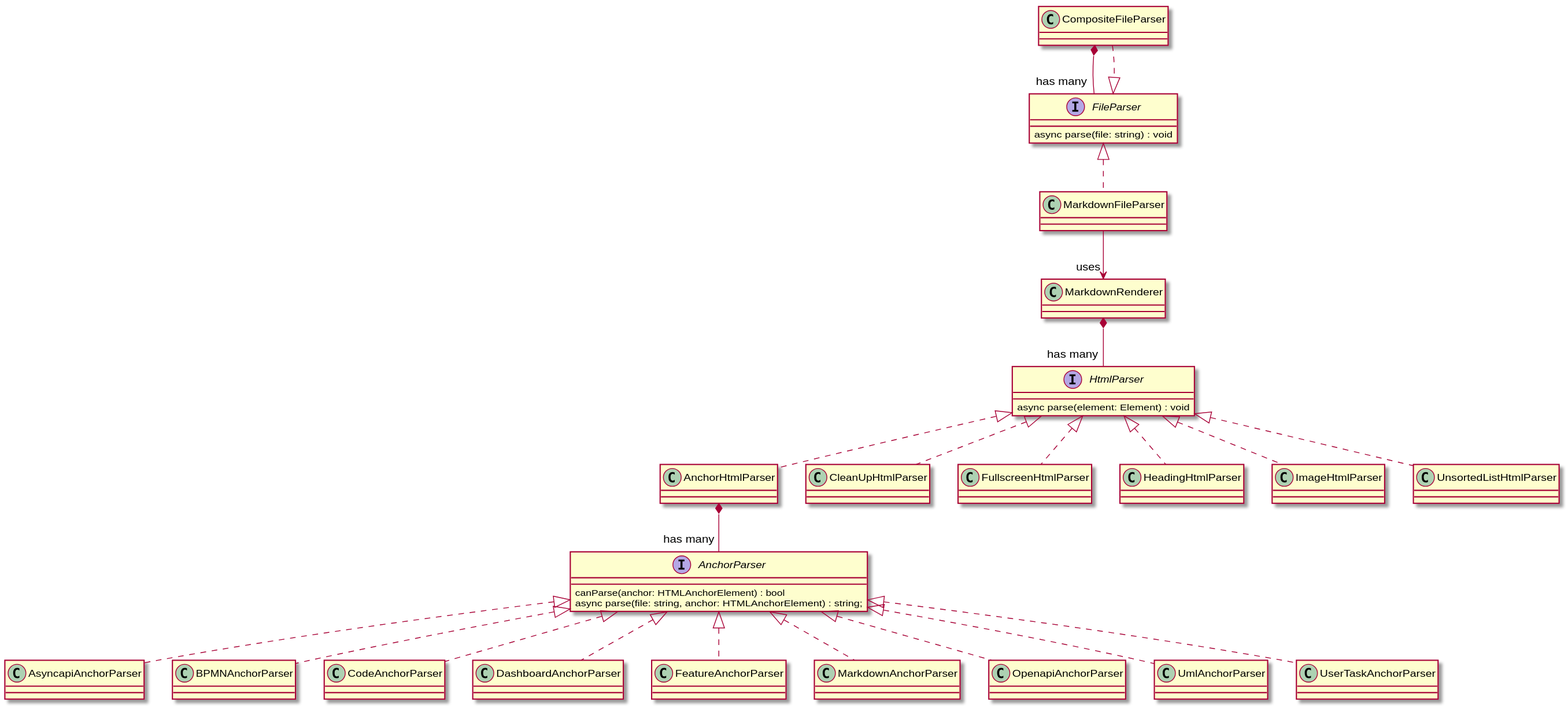
Above: products/md-docs-cli/class-diagram.puml.svg in synionnl/products (PlantUML), before the change.
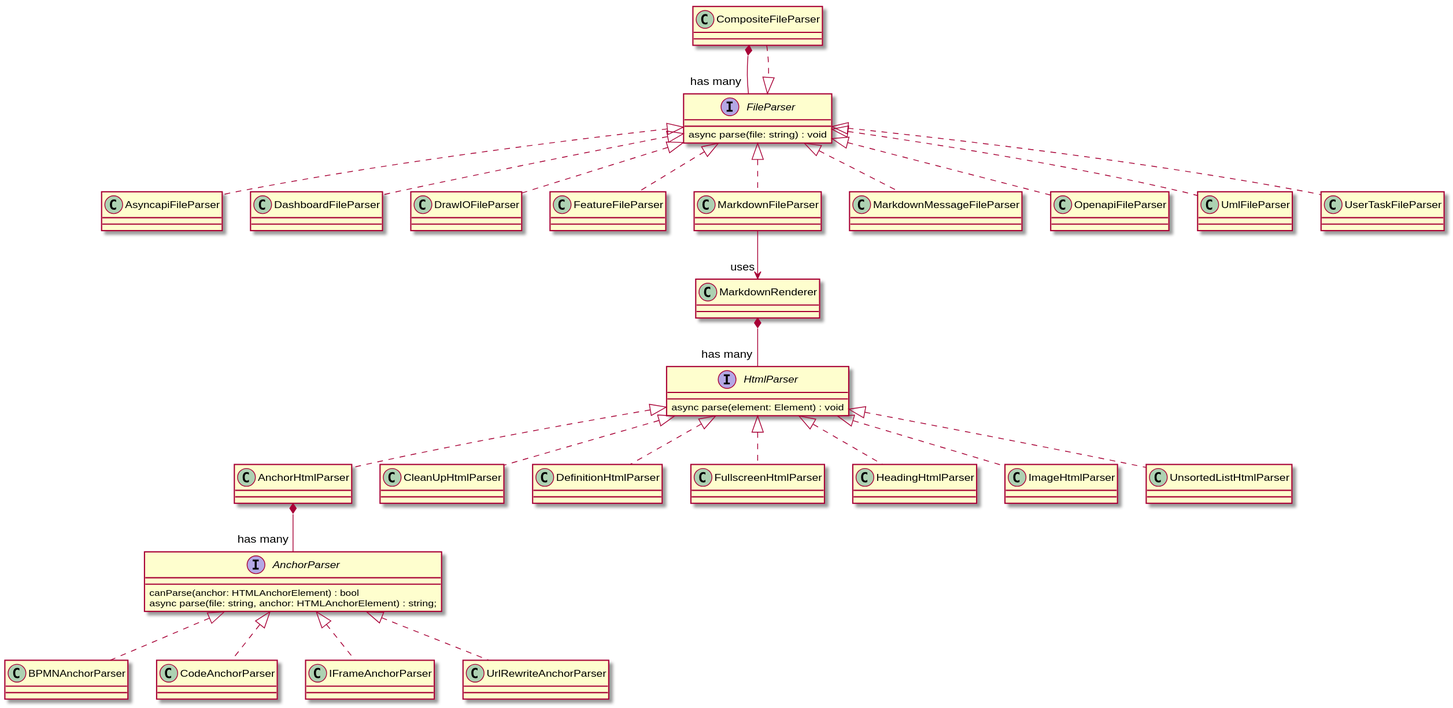
Above is the later version.

Commit message:
deploy: d3d17b2f4441851de2f786f98547739727d45ecd

The edit, as a diff of the source:
```diff
@@ -1,40 +1,28 @@
 @startuml
-
-class MarkdownRenderer
 
 interface FileParser {
     async parse(file: string) : void
 }
-class CompositeFileParser
-Class MarkdownFileParser
 
 interface HtmlParser {
     async parse(element: Element) : void
 }
-class AnchorHtmlParser
-class CleanUpHtmlParser
-class FullscreenHtmlParser
-class HeadingHtmlParser
-class ImageHtmlParser
-class UnsortedListHtmlParser
-
 interface AnchorParser {
     canParse(anchor: HTMLAnchorElement) : bool
     async parse(file: string, anchor: HTMLAnchorElement) : string;
 }
-class AsyncapiAnchorParser
-class BPMNAnchorParser
-class CodeAnchorParser
-class DashboardAnchorParser
-class FeatureAnchorParser
-class MarkdownAnchorParser
-class OpenapiAnchorParser
-class UmlAnchorParser
-class UserTaskAnchorParser
 
 CompositeFileParser *-- "has many" FileParser
+CompositeFileParser ..|> FileParser
+FileParser <|.. AsyncapiFileParser
+FileParser <|.. DashboardFileParser
+FileParser <|.. DrawIOFileParser
+FileParser <|.. FeatureFileParser
 FileParser <|.. MarkdownFileParser
-CompositeFileParser ..|> FileParser
+FileParser <|.. MarkdownMessageFileParser
+FileParser <|.. OpenapiFileParser
+FileParser <|.. UmlFileParser
+FileParser <|.. UserTaskFileParser
 
 MarkdownFileParser --> "uses" MarkdownRenderer
 
@@ -42,20 +30,16 @@
 
 HtmlParser <|.. AnchorHtmlParser
 HtmlParser <|.. CleanUpHtmlParser
+HtmlParser <|.. DefinitionHtmlParser
 HtmlParser <|.. FullscreenHtmlParser
 HtmlParser <|.. HeadingHtmlParser
 HtmlParser <|.. ImageHtmlParser
 HtmlParser <|.. UnsortedListHtmlParser
 
 AnchorHtmlParser *-- "has many" AnchorParser
-AnchorParser <|.. AsyncapiAnchorParser
 AnchorParser <|.. BPMNAnchorParser
 AnchorParser <|.. CodeAnchorParser
-AnchorParser <|.. DashboardAnchorParser
-AnchorParser <|.. FeatureAnchorParser
-AnchorParser <|.. MarkdownAnchorParser
-AnchorParser <|.. OpenapiAnchorParser
-AnchorParser <|.. UmlAnchorParser
-AnchorParser <|.. UserTaskAnchorParser
+AnchorParser <|.. IFrameAnchorParser
+AnchorParser <|.. UrlRewriteAnchorParser
 
 @enduml
```
